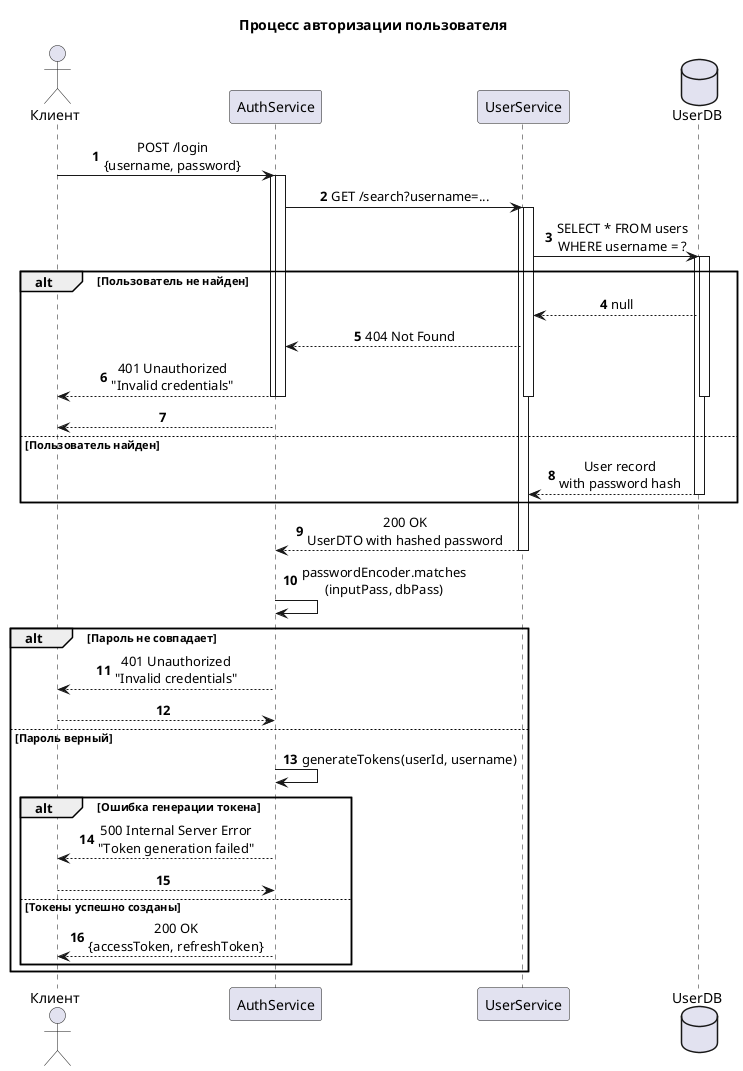
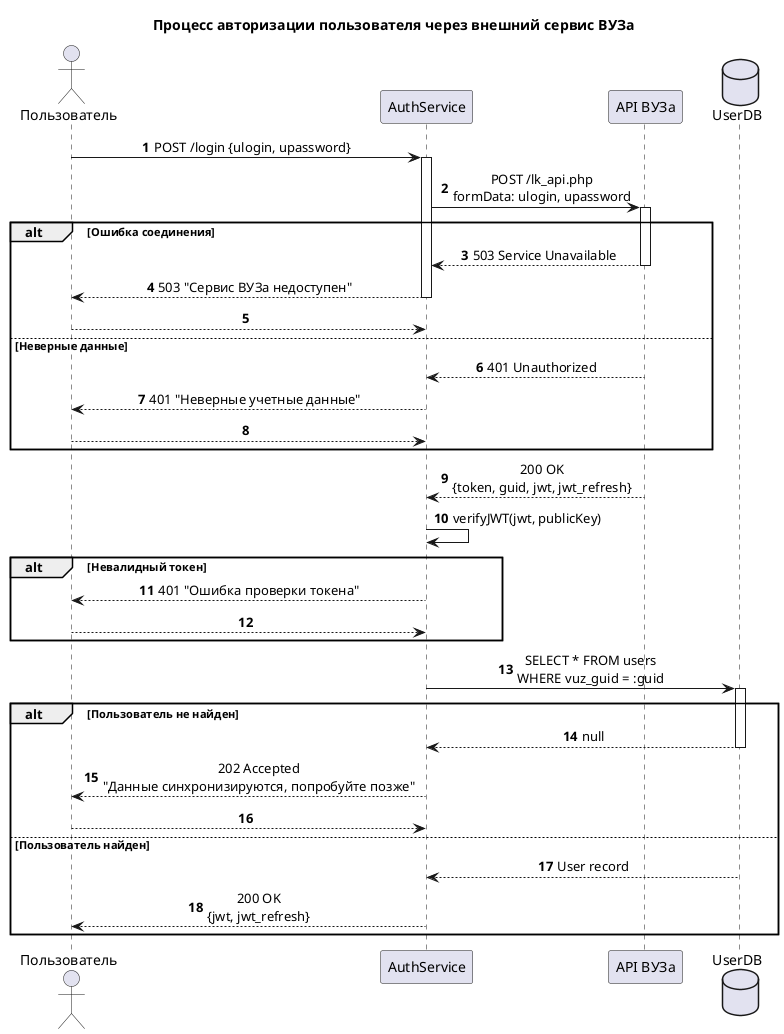
@startuml
- 'https://plantuml.com/sequence-diagram
- 
- title Процесс авторизации пользователя
+ title Процесс авторизации пользователя через внешний сервис ВУЗа
skinparam sequenceMessageAlign center
skinparam ParticipantPadding 20
skinparam BoxPadding 10

- actor Клиент as client
- participant AuthService as auth
- participant UserService as user
- database UserDB as db
+ actor Пользователь as user
+ participant "AuthService" as auth
+ participant "API ВУЗа" as vuz
+ database "UserDB" as db

autonumber

- client -> auth ++ : POST /login\n{username, password}
- activate auth
+ user -> auth ++ : POST /login {ulogin, upassword}

- auth -> user ++ : GET /search?username=...
- activate user
- user -> db ++ : SELECT * FROM users\nWHERE username = ?
- activate db
+ auth -> vuz ++ : POST /lk_api.php\nformData: ulogin, upassword
+ 
+ alt Ошибка соединения
+     vuz --> auth -- : 503 Service Unavailable
+     auth --> user -- : 503 "Сервис ВУЗа недоступен"
+     deactivate auth
+     deactivate vuz
+     return
+ else Неверные данные
+     vuz --> auth -- : 401 Unauthorized
+     auth --> user -- : 401 "Неверные учетные данные"
+     deactivate auth
+     deactivate vuz
+     return
+ end
+ 
+ vuz --> auth -- : 200 OK\n{token, guid, jwt, jwt_refresh}
+ deactivate vuz
+ 
+ auth -> auth : verifyJWT(jwt, publicKey)
+ 
+ alt Невалидный токен
+     auth --> user -- : 401 "Ошибка проверки токена"
+     deactivate auth
+     return
+ end
+ 
+ auth -> db ++ : SELECT * FROM users\nWHERE vuz_guid = :guid

alt Пользователь не найден
-     db --> user : null
-     user --> auth : 404 Not Found
-     auth --> client -- : 401 Unauthorized\n"Invalid credentials"
+     db --> auth : null
+     deactivate db
+ 
+     auth --> user -- : 202 Accepted\n"Данные синхронизируются, попробуйте позже"
    deactivate auth
-     deactivate user
-     deactivate db
    return
else Пользователь найден
-     db --> user : User record\nwith password hash
+     db --> auth : User record
    deactivate db
- end

- user --> auth -- : 200 OK\nUserDTO with hashed password
- deactivate user
- 
- auth -> auth : passwordEncoder.matches\n(inputPass, dbPass)
- 
- alt Пароль не совпадает
-     auth --> client -- : 401 Unauthorized\n"Invalid credentials"
+     auth --> user -- : 200 OK\n{jwt, jwt_refresh}
    deactivate auth
-     return
- else Пароль верный
-     auth -> auth : generateTokens(userId, username)
- 
-     alt Ошибка генерации токена
-         auth --> client -- : 500 Internal Server Error\n"Token generation failed"
-         deactivate auth
-         return
-     else Токены успешно созданы
-         auth --> client -- : 200 OK\n{accessToken, refreshToken}
-         deactivate auth
-     end
end

@enduml